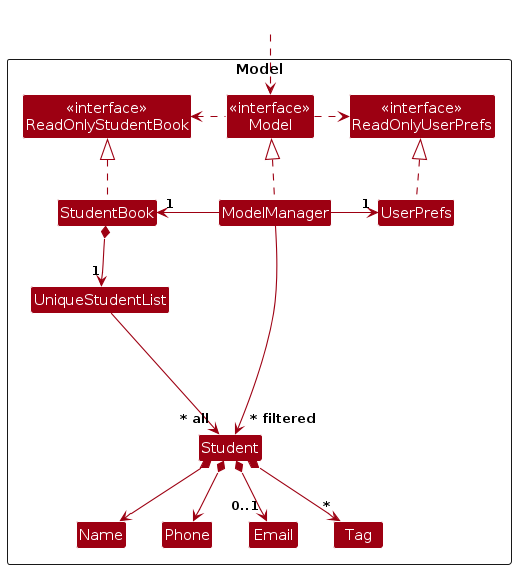
Above: diagrams/ModelClassDiagram.png in CJBuzz/tp (PlantUML), before the change. Its source is kept beside it as diagrams/ModelClassDiagram.puml.
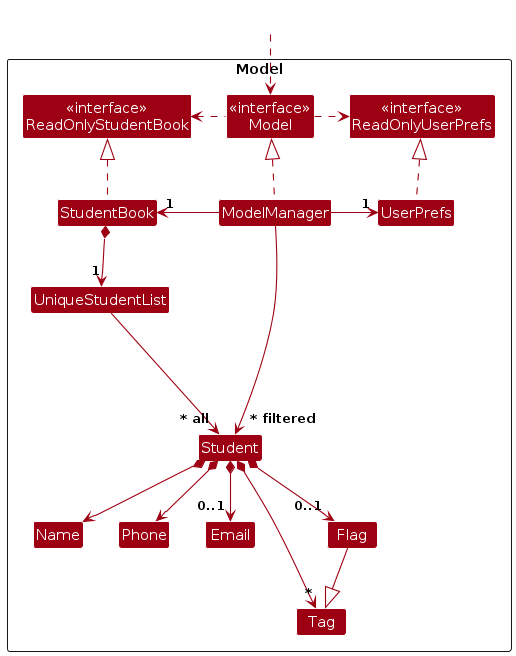
Later version of the same file.

The edit, as a diff of the source:
```diff
@@ -18,6 +18,7 @@
 Class Name
 Class Phone
 Class Tag
+Class Flag
 
 Class I #FFFFFF
 }
@@ -40,6 +41,8 @@
 Student *--> Phone
 Student *--> "0..1" Email
 Student *--> "*" Tag
+Student *--> "0..1" Flag
+Flag --|> Tag
 
 Student -[hidden]up--> I
 UniqueStudentList -[hidden]right-> I
```
